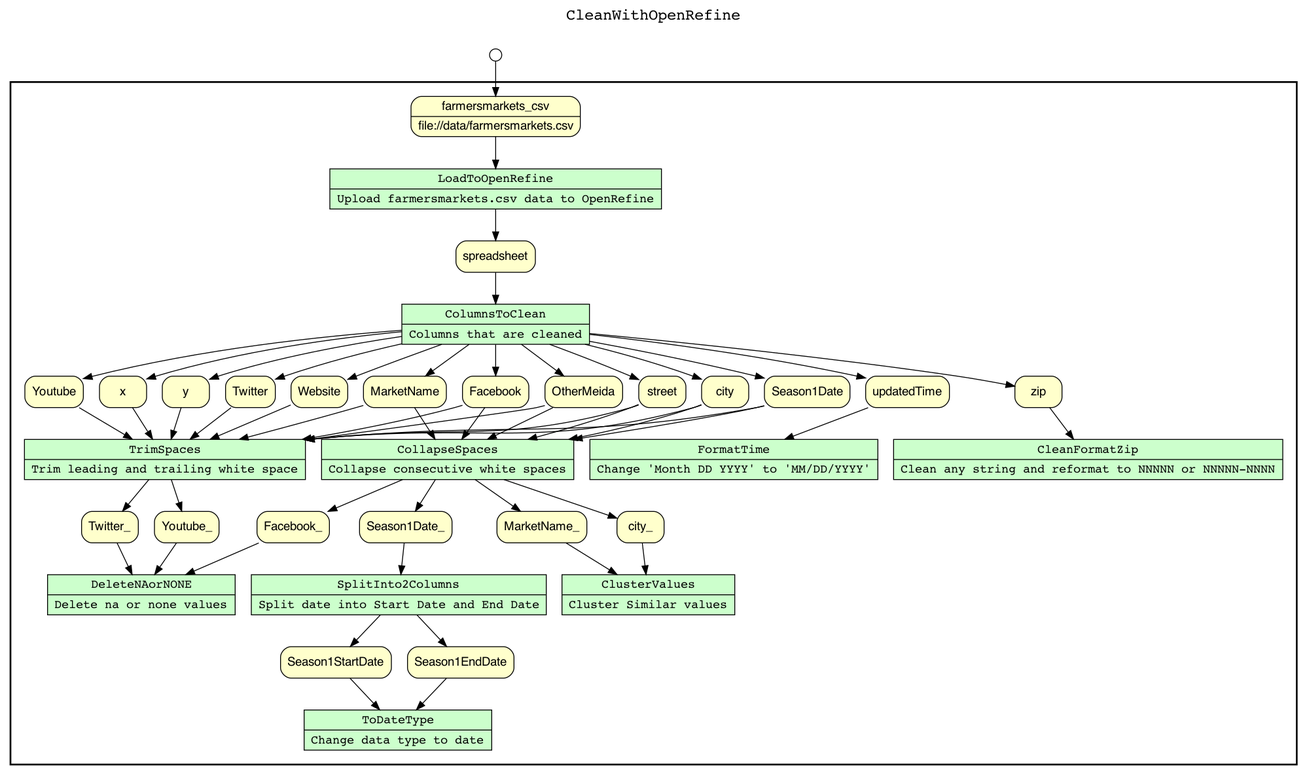
Before: workflow/openrefine.png, a diagram exported from Graphviz (mslitao/DataCleaning). Its source is kept beside it as workflow/openrefine.gv. Source of this version:
```dot
digraph Workflow {
rankdir=TB
fontname=Courier; fontsize=18; labelloc=t
label=CleanWithOpenRefine
subgraph cluster_workflow_box_outer { label=""; color=black; penwidth=2
subgraph cluster_workflow_box_inner { label=""; color=white
node[shape=box style=filled fillcolor="#CCFFCC" peripheries=1 fontname=Courier]
LoadToOpenRefine [shape=record rankdir=LR label="{<f0> LoadToOpenRefine |<f1> Upload farmersmarkets.csv data to OpenRefine}"];
ColumnsToClean [shape=record rankdir=LR label="{<f0> ColumnsToClean |<f1> Columns that are cleaned}"];
TrimSpaces [shape=record rankdir=LR label="{<f0> TrimSpaces |<f1> Trim leading and trailing white space}"];
CollapseSpaces [shape=record rankdir=LR label="{<f0> CollapseSpaces |<f1> Collapse consecutive white spaces}"];
FormatTime [shape=record rankdir=LR label="{<f0> FormatTime |<f1> Change 'Month DD YYYY' to 'MM/DD/YYYY'}"];
ClusterValues [shape=record rankdir=LR label="{<f0> ClusterValues |<f1> Cluster Similar values}"];
DeleteNAorNONE [shape=record rankdir=LR label="{<f0> DeleteNAorNONE |<f1> Delete na or none values}"];
SplitInto2Columns [shape=record rankdir=LR label="{<f0> SplitInto2Columns |<f1> Split date into Start Date and End Date}"];
CleanFormatZip [shape=record rankdir=LR label="{<f0> CleanFormatZip |<f1> Clean any string and reformat to NNNNN or NNNNN-NNNN}"];
ToDateType [shape=record rankdir=LR label="{<f0> ToDateType |<f1> Change data type to date}"];
node[shape=box style="rounded,filled" fillcolor="#FFFFCC" peripheries=1 fontname=Helvetica]
farmersmarkets_csv [shape=record rankdir=LR label="{<f0> farmersmarkets_csv |<f1> file\://data/farmersmarkets.csv}"];
spreadsheet
MarketName
Facebook
Twitter
Website
Youtube
OtherMeida
street
city
Season1Date
x
y
updatedTime
MarketName_
city_
Facebook_
Twitter_
Youtube_
Season1Date_
zip
Season1StartDate
Season1EndDate
node[shape=box style="rounded,filled" fillcolor="#FCFCFC" peripheries=1 fontname=Helvetica]
LoadToOpenRefine -> spreadsheet
farmersmarkets_csv -> LoadToOpenRefine
ColumnsToClean -> MarketName
ColumnsToClean -> Facebook
ColumnsToClean -> Twitter
ColumnsToClean -> Website
ColumnsToClean -> Youtube
ColumnsToClean -> OtherMeida
ColumnsToClean -> street
ColumnsToClean -> city
ColumnsToClean -> x
ColumnsToClean -> y
ColumnsToClean -> Season1Date
ColumnsToClean -> zip
ColumnsToClean -> updatedTime
spreadsheet -> ColumnsToClean
TrimSpaces -> Twitter_
TrimSpaces -> Youtube_
MarketName -> TrimSpaces
Facebook -> TrimSpaces
Twitter -> TrimSpaces
Website -> TrimSpaces
Youtube -> TrimSpaces
OtherMeida -> TrimSpaces
street -> TrimSpaces
city -> TrimSpaces
Season1Date -> TrimSpaces
x -> TrimSpaces
y -> TrimSpaces
CollapseSpaces -> MarketName_
CollapseSpaces -> city_
CollapseSpaces -> Facebook_
CollapseSpaces -> Season1Date_
MarketName -> CollapseSpaces
Facebook -> CollapseSpaces
OtherMeida -> CollapseSpaces
street -> CollapseSpaces
city -> CollapseSpaces
Season1Date -> CollapseSpaces
updatedTime -> FormatTime
MarketName_ -> ClusterValues
city_ -> ClusterValues
Facebook_ -> DeleteNAorNONE
Twitter_ -> DeleteNAorNONE
Youtube_ -> DeleteNAorNONE
SplitInto2Columns -> Season1StartDate
SplitInto2Columns -> Season1EndDate
Season1Date_ -> SplitInto2Columns
zip -> CleanFormatZip
Season1StartDate -> ToDateType
Season1EndDate -> ToDateType
}}
subgraph cluster_input_ports_group_outer { label=""; color=white
subgraph cluster_input_ports_group_inner { label=""; color=white
node[shape=circle style="rounded,filled" fillcolor="#FFFFFF" peripheries=1 fontname=Helvetica width=0.2]
farmersmarkets_csv_input_port [label=""]
}}
subgraph cluster_output_ports_group_outer { label=""; color=white
subgraph cluster_output_ports_group_inner { label=""; color=white
node[shape=circle style="rounded,filled" fillcolor="#FFFFFF" peripheries=1 fontname=Helvetica width=0.2]
}}
farmersmarkets_csv_input_port -> farmersmarkets_csv
}
```
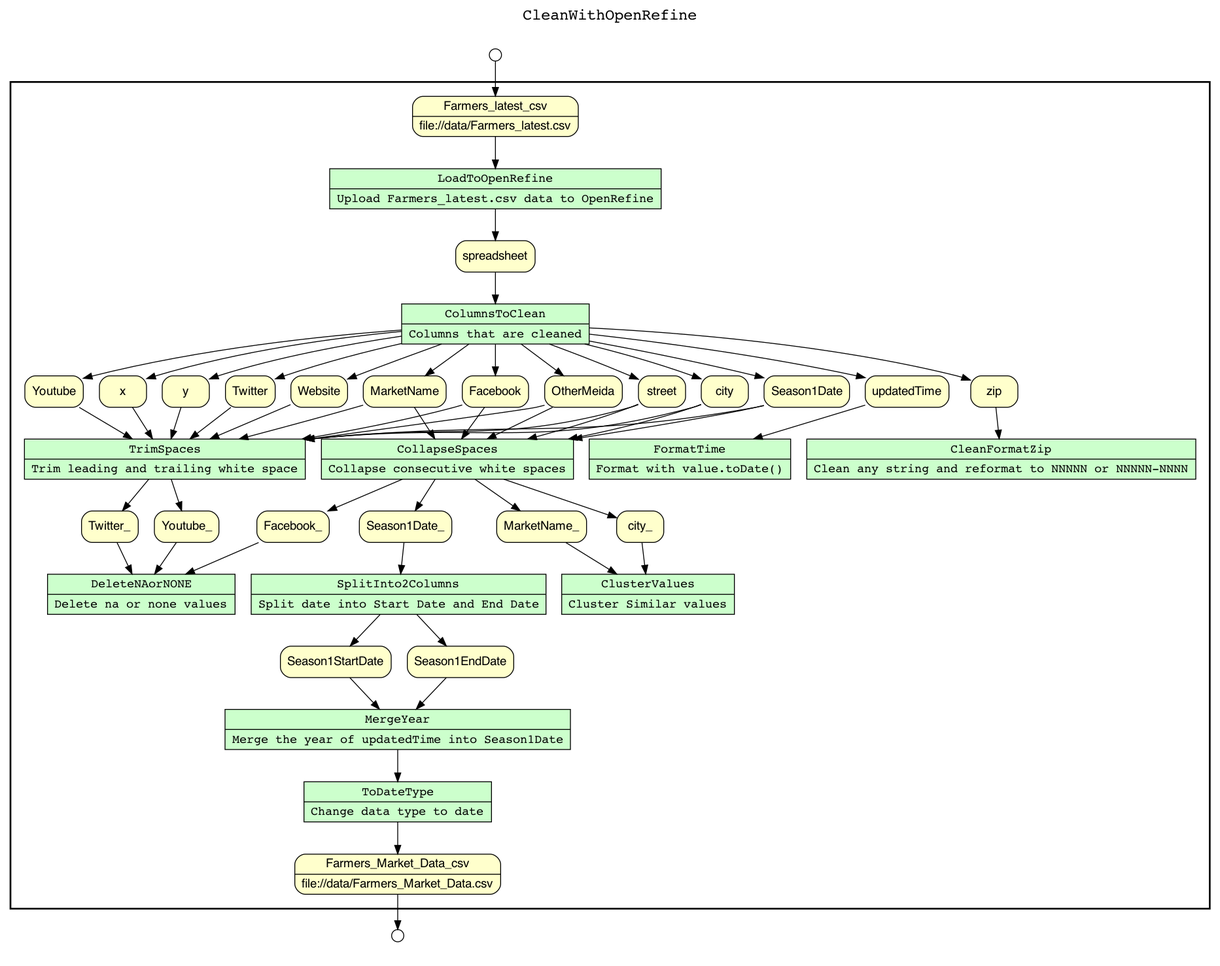
Above is the later version.

Commit message:
updated openrefine workflow

Diff of the diagram source:
```diff
@@ -5,18 +5,19 @@
 subgraph cluster_workflow_box_outer { label=""; color=black; penwidth=2
 subgraph cluster_workflow_box_inner { label=""; color=white
 node[shape=box style=filled fillcolor="#CCFFCC" peripheries=1 fontname=Courier]
-LoadToOpenRefine [shape=record rankdir=LR label="{<f0> LoadToOpenRefine |<f1> Upload farmersmarkets.csv data to OpenRefine}"];
+LoadToOpenRefine [shape=record rankdir=LR label="{<f0> LoadToOpenRefine |<f1> Upload Farmers_latest.csv data to OpenRefine}"];
 ColumnsToClean [shape=record rankdir=LR label="{<f0> ColumnsToClean |<f1> Columns that are cleaned}"];
 TrimSpaces [shape=record rankdir=LR label="{<f0> TrimSpaces |<f1> Trim leading and trailing white space}"];
 CollapseSpaces [shape=record rankdir=LR label="{<f0> CollapseSpaces |<f1> Collapse consecutive white spaces}"];
-FormatTime [shape=record rankdir=LR label="{<f0> FormatTime |<f1> Change 'Month DD YYYY' to 'MM/DD/YYYY'}"];
+FormatTime [shape=record rankdir=LR label="{<f0> FormatTime |<f1> Format with value.toDate()}"];
 ClusterValues [shape=record rankdir=LR label="{<f0> ClusterValues |<f1> Cluster Similar values}"];
 DeleteNAorNONE [shape=record rankdir=LR label="{<f0> DeleteNAorNONE |<f1> Delete na or none values}"];
 SplitInto2Columns [shape=record rankdir=LR label="{<f0> SplitInto2Columns |<f1> Split date into Start Date and End Date}"];
 CleanFormatZip [shape=record rankdir=LR label="{<f0> CleanFormatZip |<f1> Clean any string and reformat to NNNNN or NNNNN-NNNN}"];
+MergeYear [shape=record rankdir=LR label="{<f0> MergeYear |<f1> Merge the year of updatedTime into Season1Date}"];
 ToDateType [shape=record rankdir=LR label="{<f0> ToDateType |<f1> Change data type to date}"];
 node[shape=box style="rounded,filled" fillcolor="#FFFFCC" peripheries=1 fontname=Helvetica]
-farmersmarkets_csv [shape=record rankdir=LR label="{<f0> farmersmarkets_csv |<f1> file\://data/farmersmarkets.csv}"];
+Farmers_latest_csv [shape=record rankdir=LR label="{<f0> Farmers_latest_csv |<f1> file\://data/Farmers_latest.csv}"];
 spreadsheet
 MarketName
 Facebook
@@ -39,9 +40,10 @@
 zip
 Season1StartDate
 Season1EndDate
+Farmers_Market_Data_csv [shape=record rankdir=LR label="{<f0> Farmers_Market_Data_csv |<f1> file\://data/Farmers_Market_Data.csv}"];
 node[shape=box style="rounded,filled" fillcolor="#FCFCFC" peripheries=1 fontname=Helvetica]
 LoadToOpenRefine -> spreadsheet
-farmersmarkets_csv -> LoadToOpenRefine
+Farmers_latest_csv -> LoadToOpenRefine
 ColumnsToClean -> MarketName
 ColumnsToClean -> Facebook
 ColumnsToClean -> Twitter
@@ -89,17 +91,21 @@
 SplitInto2Columns -> Season1EndDate
 Season1Date_ -> SplitInto2Columns
 zip -> CleanFormatZip
-Season1StartDate -> ToDateType
-Season1EndDate -> ToDateType
+Season1StartDate -> MergeYear
+Season1EndDate -> MergeYear
+ToDateType -> Farmers_Market_Data_csv
+MergeYear -> ToDateType
 }}
 subgraph cluster_input_ports_group_outer { label=""; color=white
 subgraph cluster_input_ports_group_inner { label=""; color=white
 node[shape=circle style="rounded,filled" fillcolor="#FFFFFF" peripheries=1 fontname=Helvetica width=0.2]
-farmersmarkets_csv_input_port [label=""]
+Farmers_latest_csv_input_port [label=""]
 }}
 subgraph cluster_output_ports_group_outer { label=""; color=white
 subgraph cluster_output_ports_group_inner { label=""; color=white
 node[shape=circle style="rounded,filled" fillcolor="#FFFFFF" peripheries=1 fontname=Helvetica width=0.2]
+Farmers_Market_Data_csv_output_port [label=""]
 }}
-farmersmarkets_csv_input_port -> farmersmarkets_csv
+Farmers_latest_csv_input_port -> Farmers_latest_csv
+Farmers_Market_Data_csv -> Farmers_Market_Data_csv_output_port
 }
```
